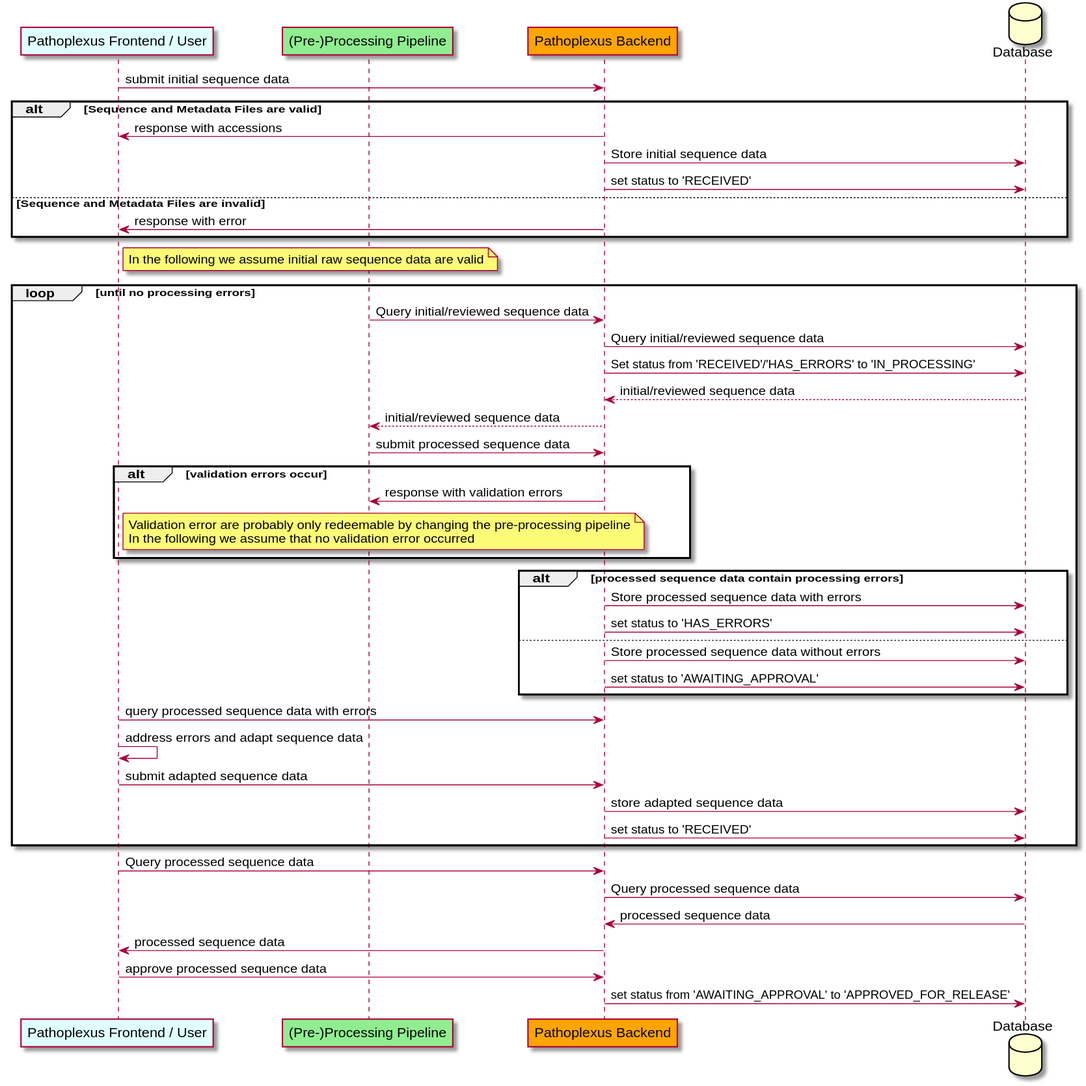
loculus-project/loculus keeps this PlantUML diagram as backend/docs/plantuml/sequenceInitialSubmission.svg. Above is the earlier version.
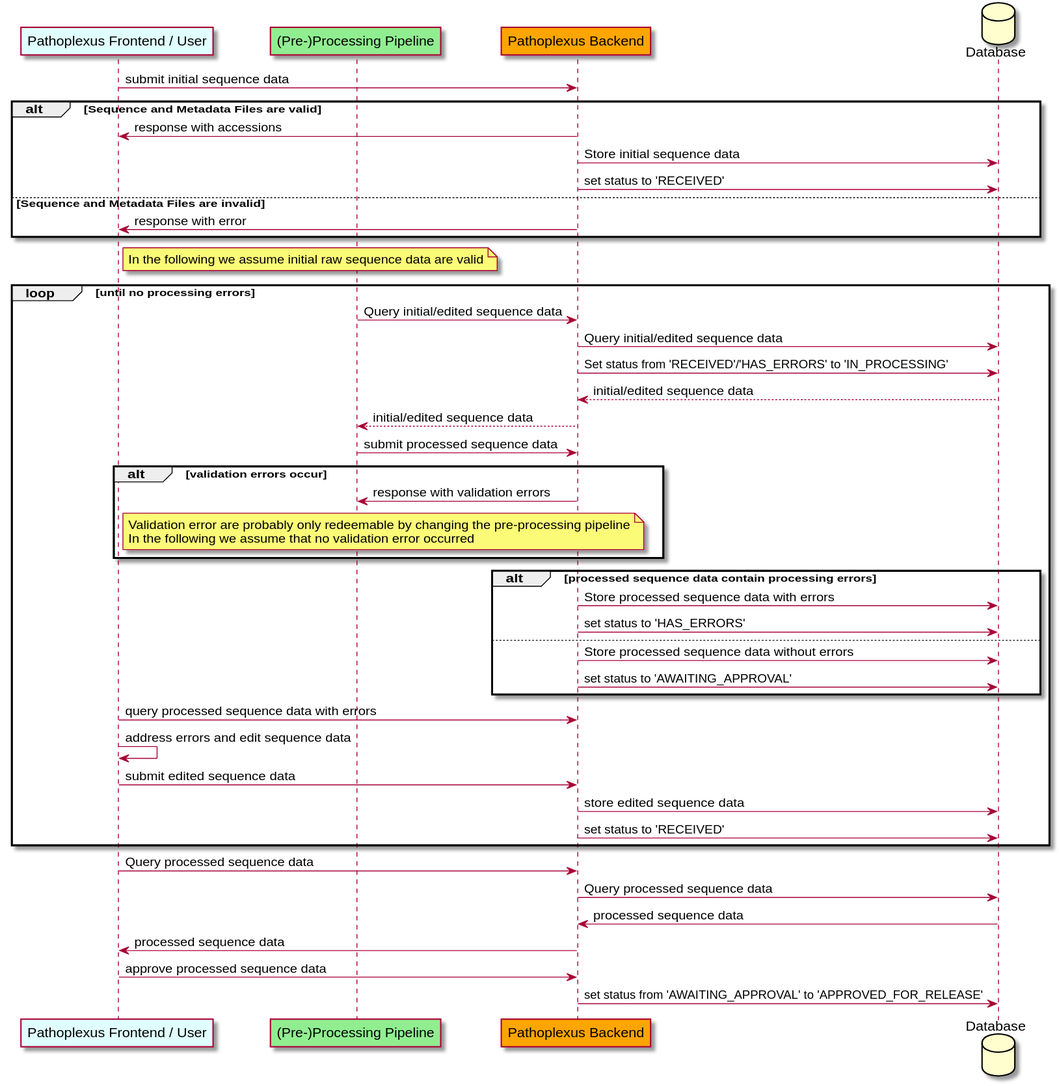
After the change.

Diff of the diagram source:
```diff
@@ -19,11 +19,11 @@
 
     loop until no processing errors
 
-        processing -> backend: Query initial/reviewed sequence data
-        backend -> DB: Query initial/reviewed sequence data
+        processing -> backend: Query initial/edited sequence data
+        backend -> DB: Query initial/edited sequence data
         backend -> DB: Set status from 'RECEIVED'/'HAS_ERRORS' to 'IN_PROCESSING'
-        DB --> backend: initial/reviewed sequence data
-        backend --> processing: initial/reviewed sequence data
+        DB --> backend: initial/edited sequence data
+        backend --> processing: initial/edited sequence data
 
         processing -> backend: submit processed sequence data
         alt validation errors occur
@@ -42,10 +42,10 @@
             backend -> DB: set status to 'AWAITING_APPROVAL'
         end
          frontend -> backend: query processed sequence data with errors
-        frontend -> frontend: address errors and adapt sequence data
+        frontend -> frontend: address errors and edit sequence data
 
-        frontend -> backend: submit adapted sequence data
-        backend -> DB: store adapted sequence data
+        frontend -> backend: submit edited sequence data
+        backend -> DB: store edited sequence data
         backend -> DB: set status to 'RECEIVED'
     end loop
 
```
